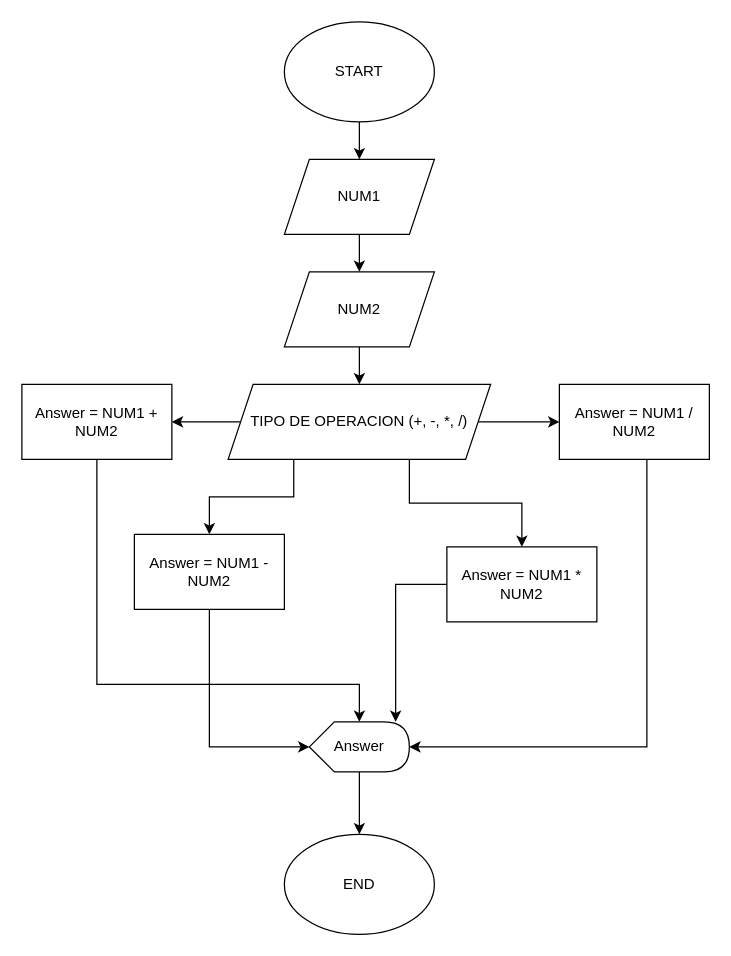
Before: suma_operacionres.drawio in EdMyUrCo/Curso-Git-Github, a draw.io diagram. Source tidied: cells renumbered, new cells numbered last; positions are measured from the earlier drawing's top-left corner, leaving out a move shared by most shapes. Both pictures are drawn from the tidied source at 125%, with x=0, y=0 at pixel (21, 21).
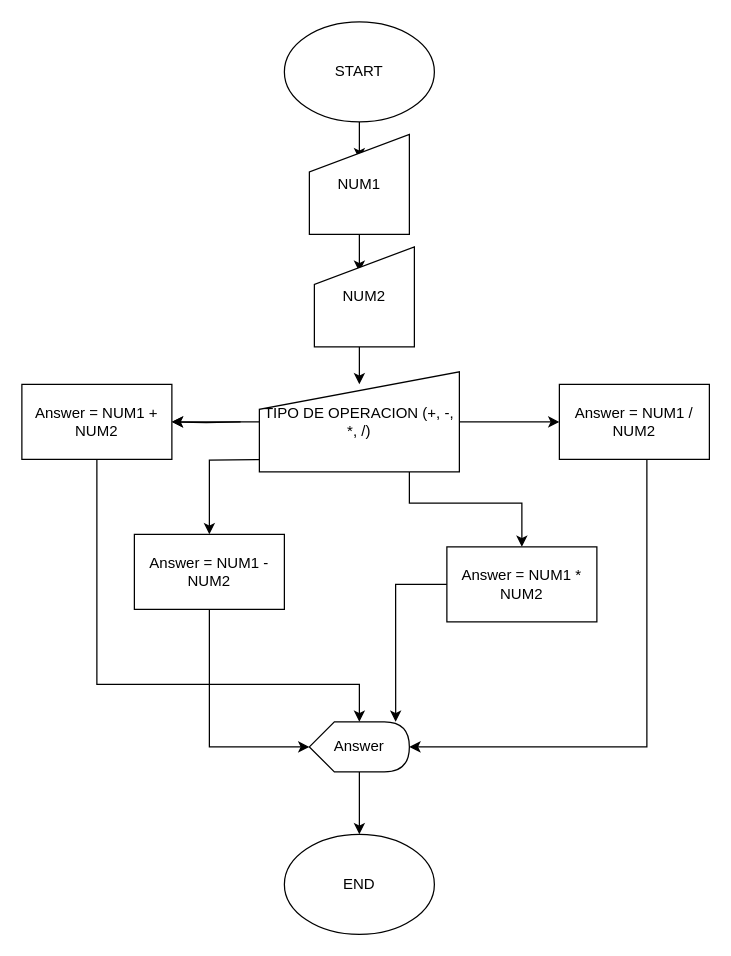
The same diagram, later.

The change refers to these unchanged cells:
```xml
<mxCell id="3" value="START" style="ellipse;whiteSpace=wrap;html=1;" parent="1" vertex="1">
  <mxGeometry x="210" width="120" height="80" as="geometry" />
</mxCell>
<mxCell id="14" value="Answer = NUM1 + NUM2" style="rounded=0;whiteSpace=wrap;html=1;" parent="1" vertex="1">
  <mxGeometry y="290" width="120" height="60" as="geometry" />
</mxCell>
<mxCell id="16" value="Answer = NUM1 - NUM2" style="rounded=0;whiteSpace=wrap;html=1;" parent="1" vertex="1">
  <mxGeometry x="90" y="410" width="120" height="60" as="geometry" />
</mxCell>
<mxCell id="18" value="Answer = NUM1 * NUM2" style="rounded=0;whiteSpace=wrap;html=1;" parent="1" vertex="1">
  <mxGeometry x="340" y="420" width="120" height="60" as="geometry" />
</mxCell>
```

Diff of the diagram source:
```diff
@@
-    <mxCell id="2" style="edgeStyle=orthogonalEdgeStyle;rounded=0;jettySize=auto;html=1;entryX=0.5;entryY=0;entryDx=0;entryDy=0;" parent="1" edge="1" source="3" target="5">
-      <mxGeometry relative="1" as="geometry" />
+    <mxCell id="2" style="edgeStyle=orthogonalEdgeStyle;rounded=0;jettySize=auto;html=1;entryX=0.5;entryY=0;entryDx=0;entryDy=0;" parent="1" edge="1" source="3">
+      <mxGeometry relative="1" as="geometry">
+        <mxPoint x="270" y="110" as="targetPoint" />
+      </mxGeometry>
     </mxCell>
@@
-    <mxCell id="4" style="edgeStyle=orthogonalEdgeStyle;rounded=0;jettySize=auto;html=1;" parent="1" edge="1" source="5" target="7">
-      <mxGeometry relative="1" as="geometry" />
+    <mxCell id="4" style="edgeStyle=orthogonalEdgeStyle;rounded=0;orthogonalLoop=1;jettySize=auto;html=1;" parent="1" edge="1">
+      <mxGeometry relative="1" as="geometry">
+        <mxPoint x="270" y="170" as="sourcePoint" />
+        <mxPoint x="270" y="200" as="targetPoint" />
+      </mxGeometry>
     </mxCell>
-    <mxCell id="5" value="NUM1" style="shape=parallelogram;perimeter=parallelogramPerimeter;whiteSpace=wrap;html=1;fixedSize=1;" parent="1" vertex="1">
-      <mxGeometry x="210" y="110" width="120" height="60" as="geometry" />
-    </mxCell>
-    <mxCell id="6" style="edgeStyle=orthogonalEdgeStyle;rounded=0;jettySize=auto;html=1;" parent="1" edge="1" source="7" target="12">
-      <mxGeometry relative="1" as="geometry" />
+    <mxCell id="6" style="edgeStyle=orthogonalEdgeStyle;rounded=0;orthogonalLoop=1;jettySize=auto;html=1;" parent="1" edge="1">
+      <mxGeometry relative="1" as="geometry">
+        <mxPoint x="270" y="260" as="sourcePoint" />
+        <mxPoint x="270" y="290" as="targetPoint" />
+      </mxGeometry>
     </mxCell>
-    <mxCell id="7" value="NUM2" style="shape=parallelogram;perimeter=parallelogramPerimeter;whiteSpace=wrap;html=1;fixedSize=1;" parent="1" vertex="1">
-      <mxGeometry x="210" y="200" width="120" height="60" as="geometry" />
-    </mxCell>
-    <mxCell id="8" style="edgeStyle=orthogonalEdgeStyle;rounded=0;jettySize=auto;html=1;exitX=0;exitY=0.5;exitDx=0;exitDy=0;entryX=1;entryY=0.5;entryDx=0;entryDy=0;" parent="1" edge="1" source="12" target="14">
-      <mxGeometry relative="1" as="geometry" />
+    <mxCell id="8" style="edgeStyle=orthogonalEdgeStyle;rounded=0;jettySize=auto;html=1;exitX=0;exitY=0.5;exitDx=0;exitDy=0;entryX=1;entryY=0.5;entryDx=0;entryDy=0;" parent="1" edge="1" target="14">
+      <mxGeometry relative="1" as="geometry">
+        <mxPoint x="175" y="320" as="sourcePoint" />
+      </mxGeometry>
     </mxCell>
-    <mxCell id="9" style="edgeStyle=orthogonalEdgeStyle;rounded=0;jettySize=auto;html=1;exitX=0.25;exitY=1;exitDx=0;exitDy=0;entryX=0.5;entryY=0;entryDx=0;entryDy=0;" parent="1" edge="1" source="12" target="16">
-      <mxGeometry relative="1" as="geometry" />
+    <mxCell id="9" style="edgeStyle=orthogonalEdgeStyle;rounded=0;jettySize=auto;html=1;exitX=0.25;exitY=1;exitDx=0;exitDy=0;entryX=0.5;entryY=0;entryDx=0;entryDy=0;" parent="1" edge="1" target="16">
+      <mxGeometry relative="1" as="geometry">
+        <mxPoint x="217.5" y="350" as="sourcePoint" />
+      </mxGeometry>
     </mxCell>
-    <mxCell id="10" style="edgeStyle=orthogonalEdgeStyle;rounded=0;jettySize=auto;html=1;entryX=0.5;entryY=0;entryDx=0;entryDy=0;" parent="1" edge="1" source="12" target="18">
+    <mxCell id="10" style="edgeStyle=orthogonalEdgeStyle;rounded=0;jettySize=auto;html=1;entryX=0.5;entryY=0;entryDx=0;entryDy=0;" parent="1" edge="1" target="18">
       <mxGeometry relative="1" as="geometry">
+        <mxPoint x="310" y="350" as="sourcePoint" />
         <Array as="points">
           <mxPoint x="310" y="385" />
           <mxPoint x="400" y="385" />
         </Array>
       </mxGeometry>
     </mxCell>
@@
-    <mxCell id="12" value="TIPO DE OPERACION (+, -, *, /)" style="shape=parallelogram;perimeter=parallelogramPerimeter;whiteSpace=wrap;html=1;fixedSize=1;" parent="1" vertex="1">
-      <mxGeometry x="165" y="290" width="210" height="60" as="geometry" />
-    </mxCell>
@@
+    <mxCell id="5" value="NUM1" style="shape=manualInput;whiteSpace=wrap;html=1;" parent="1" vertex="1">
+      <mxGeometry x="230" y="90" width="80" height="80" as="geometry" />
+    </mxCell>
+    <mxCell id="7" value="NUM2" style="shape=manualInput;whiteSpace=wrap;html=1;" parent="1" vertex="1">
+      <mxGeometry x="234" y="180" width="80" height="80" as="geometry" />
+    </mxCell>
+    <mxCell id="24" style="edgeStyle=orthogonalEdgeStyle;rounded=0;jettySize=auto;html=1;" parent="1" edge="1" source="12" target="14">
+      <mxGeometry relative="1" as="geometry" />
+    </mxCell>
+    <mxCell id="12" value="&lt;span&gt;TIPO DE OPERACION (+, -, *, /)&lt;/span&gt;" style="shape=manualInput;whiteSpace=wrap;html=1;" parent="1" vertex="1">
+      <mxGeometry x="190" y="280" width="160" height="80" as="geometry" />
+    </mxCell>
```
